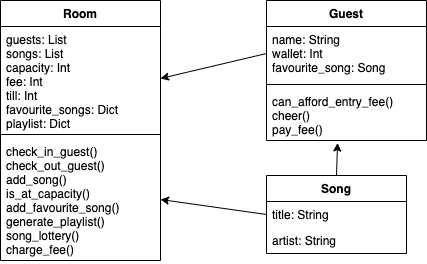
douglasrusse11/codeclan_caraoke_weekend_homework_02 keeps this draw.io diagram as img/class_diagram_v4.png. Above is the earlier version. Source tidied: cells renumbered, new cells last; positions are measured from the earlier drawing's top-left corner, leaving out a move shared by most shapes. The source it was exported from:
```xml
<mxGraphModel>
  <root>
    <mxCell id="0" />
    <mxCell id="1" parent="0" />
    <mxCell id="2" value="Room" style="swimlane;fontStyle=1;align=center;verticalAlign=top;horizontal=1;startSize=26;" parent="1" vertex="1">
      <mxGeometry width="160" height="260" as="geometry" />
    </mxCell>
    <mxCell id="3" value="guests: List&#10;songs: List&#10;capacity: Int&#10;fee: Int&#10;till: Int&#10;favourite_songs: Dict&#10;playlist: Dict" style="text;strokeColor=none;fillColor=none;align=left;verticalAlign=top;spacingLeft=4;spacingRight=4;overflow=hidden;points=[[0,0.5],[1,0.5]];portConstraint=eastwest;" parent="2" vertex="1">
      <mxGeometry y="26" width="160" height="104" as="geometry" />
    </mxCell>
    <mxCell id="4" style="line;strokeWidth=1;fillColor=none;align=left;verticalAlign=middle;spacingTop=-1;spacingLeft=3;spacingRight=3;labelPosition=right;" parent="2" vertex="1">
      <mxGeometry y="130" width="160" height="8" as="geometry" />
    </mxCell>
    <mxCell id="5" value="check_in_guest()&#10;check_out_guest()&#10;add_song()&#10;is_at_capacity()&#10;add_favourite_song()&#10;generate_playlist()&#10;song_lottery()&#10;charge_fee()" style="text;strokeColor=none;fillColor=none;align=left;verticalAlign=top;spacingLeft=4;spacingRight=4;overflow=hidden;points=[[0,0.5],[1,0.5]];portConstraint=eastwest;" parent="2" vertex="1">
      <mxGeometry y="138" width="160" height="122" as="geometry" />
    </mxCell>
    <mxCell id="6" style="edgeStyle=none;rounded=0;jettySize=auto;html=1;exitX=0.5;exitY=0;exitDx=0;exitDy=0;entryX=0.444;entryY=1.048;entryDx=0;entryDy=0;entryPerimeter=0;" parent="1" edge="1" source="7" target="14">
      <mxGeometry relative="1" as="geometry" />
    </mxCell>
    <mxCell id="7" value="Song" style="swimlane;fontStyle=1;horizontal=1;startSize=26;fillColor=none;" parent="1" vertex="1">
      <mxGeometry x="266" y="175" width="140" height="78" as="geometry" />
    </mxCell>
    <mxCell id="8" value="title: String" style="text;strokeColor=none;fillColor=none;align=left;verticalAlign=top;spacingLeft=4;spacingRight=4;overflow=hidden;points=[[0,0.5],[1,0.5]];portConstraint=eastwest;" parent="7" vertex="1">
      <mxGeometry y="26" width="140" height="26" as="geometry" />
    </mxCell>
    <mxCell id="9" value="artist: String" style="text;strokeColor=none;fillColor=none;align=left;verticalAlign=top;spacingLeft=4;spacingRight=4;overflow=hidden;" parent="7" vertex="1">
      <mxGeometry y="52" width="140" height="26" as="geometry" />
    </mxCell>
    <mxCell id="10" style="rounded=0;jettySize=auto;html=1;exitX=0;exitY=0.5;exitDx=0;exitDy=0;entryX=1;entryY=0.5;entryDx=0;entryDy=0;" parent="1" edge="1" source="8" target="5">
      <mxGeometry relative="1" as="geometry" />
    </mxCell>
    <mxCell id="11" value="Guest" style="swimlane;fontStyle=1;align=center;verticalAlign=top;horizontal=1;startSize=26;" parent="1" vertex="1">
      <mxGeometry x="266" width="160" height="140" as="geometry" />
    </mxCell>
    <mxCell id="12" value="name: String&#10;wallet: Int&#10;favourite_song: Song" style="text;strokeColor=none;fillColor=none;align=left;verticalAlign=top;spacingLeft=4;spacingRight=4;overflow=hidden;points=[[0,0.5],[1,0.5]];portConstraint=eastwest;" parent="11" vertex="1">
      <mxGeometry y="26" width="160" height="54" as="geometry" />
    </mxCell>
    <mxCell id="13" style="line;strokeWidth=1;fillColor=none;align=left;verticalAlign=middle;spacingTop=-1;spacingLeft=3;spacingRight=3;labelPosition=right;" parent="11" vertex="1">
      <mxGeometry y="80" width="160" height="8" as="geometry" />
    </mxCell>
    <mxCell id="14" value="can_afford_entry_fee()&#10;cheer()&#10;pay_fee()" style="text;strokeColor=none;fillColor=none;align=left;verticalAlign=top;spacingLeft=4;spacingRight=4;overflow=hidden;points=[[0,0.5],[1,0.5]];portConstraint=eastwest;" parent="11" vertex="1">
      <mxGeometry y="88" width="160" height="52" as="geometry" />
    </mxCell>
    <mxCell id="15" style="edgeStyle=none;rounded=0;jettySize=auto;html=1;exitX=0;exitY=0.5;exitDx=0;exitDy=0;entryX=1;entryY=0.5;entryDx=0;entryDy=0;" parent="1" edge="1" source="12" target="3">
      <mxGeometry relative="1" as="geometry" />
    </mxCell>
  </root>
</mxGraphModel>
```
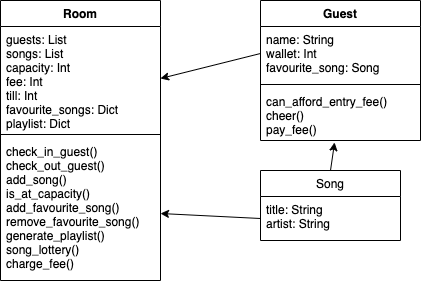
After the change.

Commit message:
updates final class diagram

Change to the diagram source:
```diff
@@ -3,7 +3,7 @@
     <mxCell id="0" />
     <mxCell id="1" parent="0" />
     <mxCell id="2" value="Room" style="swimlane;fontStyle=1;align=center;verticalAlign=top;horizontal=1;startSize=26;" parent="1" vertex="1">
-      <mxGeometry width="160" height="260" as="geometry" />
+      <mxGeometry x="-64" y="50" width="160" height="280" as="geometry" />
     </mxCell>
     <mxCell id="3" value="guests: List&#10;songs: List&#10;capacity: Int&#10;fee: Int&#10;till: Int&#10;favourite_songs: Dict&#10;playlist: Dict" style="text;strokeColor=none;fillColor=none;align=left;verticalAlign=top;spacingLeft=4;spacingRight=4;overflow=hidden;points=[[0,0.5],[1,0.5]];portConstraint=eastwest;" parent="2" vertex="1">
       <mxGeometry y="26" width="160" height="104" as="geometry" />
@@ -11,26 +11,11 @@
     <mxCell id="4" style="line;strokeWidth=1;fillColor=none;align=left;verticalAlign=middle;spacingTop=-1;spacingLeft=3;spacingRight=3;labelPosition=right;" parent="2" vertex="1">
       <mxGeometry y="130" width="160" height="8" as="geometry" />
     </mxCell>
-    <mxCell id="5" value="check_in_guest()&#10;check_out_guest()&#10;add_song()&#10;is_at_capacity()&#10;add_favourite_song()&#10;generate_playlist()&#10;song_lottery()&#10;charge_fee()" style="text;strokeColor=none;fillColor=none;align=left;verticalAlign=top;spacingLeft=4;spacingRight=4;overflow=hidden;points=[[0,0.5],[1,0.5]];portConstraint=eastwest;" parent="2" vertex="1">
-      <mxGeometry y="138" width="160" height="122" as="geometry" />
-    </mxCell>
-    <mxCell id="6" style="edgeStyle=none;rounded=0;jettySize=auto;html=1;exitX=0.5;exitY=0;exitDx=0;exitDy=0;entryX=0.444;entryY=1.048;entryDx=0;entryDy=0;entryPerimeter=0;" parent="1" edge="1" source="7" target="14">
-      <mxGeometry relative="1" as="geometry" />
-    </mxCell>
-    <mxCell id="7" value="Song" style="swimlane;fontStyle=1;horizontal=1;startSize=26;fillColor=none;" parent="1" vertex="1">
-      <mxGeometry x="266" y="175" width="140" height="78" as="geometry" />
-    </mxCell>
-    <mxCell id="8" value="title: String" style="text;strokeColor=none;fillColor=none;align=left;verticalAlign=top;spacingLeft=4;spacingRight=4;overflow=hidden;points=[[0,0.5],[1,0.5]];portConstraint=eastwest;" parent="7" vertex="1">
-      <mxGeometry y="26" width="140" height="26" as="geometry" />
-    </mxCell>
-    <mxCell id="9" value="artist: String" style="text;strokeColor=none;fillColor=none;align=left;verticalAlign=top;spacingLeft=4;spacingRight=4;overflow=hidden;" parent="7" vertex="1">
-      <mxGeometry y="52" width="140" height="26" as="geometry" />
-    </mxCell>
-    <mxCell id="10" style="rounded=0;jettySize=auto;html=1;exitX=0;exitY=0.5;exitDx=0;exitDy=0;entryX=1;entryY=0.5;entryDx=0;entryDy=0;" parent="1" edge="1" source="8" target="5">
-      <mxGeometry relative="1" as="geometry" />
-    </mxCell>
+    <mxCell id="16" value="check_in_guest()&#10;check_out_guest()&#10;add_song()&#10;is_at_capacity()&#10;add_favourite_song()&#10;remove_favourite_song()&#10;generate_playlist()&#10;song_lottery()&#10;charge_fee()" style="text;strokeColor=none;fillColor=none;align=left;verticalAlign=top;spacingLeft=4;spacingRight=4;overflow=hidden;points=[[0,0.5],[1,0.5]];portConstraint=eastwest;" parent="2" vertex="1">
+      <mxGeometry y="138" width="160" height="142" as="geometry" />
+    </mxCell>
     <mxCell id="11" value="Guest" style="swimlane;fontStyle=1;align=center;verticalAlign=top;horizontal=1;startSize=26;" parent="1" vertex="1">
-      <mxGeometry x="266" width="160" height="140" as="geometry" />
+      <mxGeometry x="196" y="50" width="160" height="140" as="geometry" />
     </mxCell>
     <mxCell id="12" value="name: String&#10;wallet: Int&#10;favourite_song: Song" style="text;strokeColor=none;fillColor=none;align=left;verticalAlign=top;spacingLeft=4;spacingRight=4;overflow=hidden;points=[[0,0.5],[1,0.5]];portConstraint=eastwest;" parent="11" vertex="1">
       <mxGeometry y="26" width="160" height="54" as="geometry" />
@@ -41,8 +26,20 @@
     <mxCell id="14" value="can_afford_entry_fee()&#10;cheer()&#10;pay_fee()" style="text;strokeColor=none;fillColor=none;align=left;verticalAlign=top;spacingLeft=4;spacingRight=4;overflow=hidden;points=[[0,0.5],[1,0.5]];portConstraint=eastwest;" parent="11" vertex="1">
       <mxGeometry y="88" width="160" height="52" as="geometry" />
     </mxCell>
+    <mxCell id="6" style="edgeStyle=none;rounded=0;jettySize=auto;html=1;exitX=0.5;exitY=0;exitDx=0;exitDy=0;entryX=0.463;entryY=1.038;entryDx=0;entryDy=0;entryPerimeter=0;" parent="1" edge="1" source="7" target="14">
+      <mxGeometry relative="1" as="geometry" />
+    </mxCell>
+    <mxCell id="7" value="Song" style="swimlane;fontStyle=0;horizontal=1;startSize=26;fillColor=none;" parent="1" vertex="1">
+      <mxGeometry x="196" y="220" width="140" height="70" as="geometry" />
+    </mxCell>
+    <mxCell id="17" value="title: String&#10;artist: String" style="text;strokeColor=none;fillColor=none;align=left;verticalAlign=top;spacingLeft=4;spacingRight=4;overflow=hidden;points=[[0,0.5],[1,0.5]];portConstraint=eastwest;" parent="7" vertex="1">
+      <mxGeometry y="26" width="140" height="44" as="geometry" />
+    </mxCell>
-    <mxCell id="15" style="edgeStyle=none;rounded=0;jettySize=auto;html=1;exitX=0;exitY=0.5;exitDx=0;exitDy=0;entryX=1;entryY=0.5;entryDx=0;entryDy=0;" parent="1" edge="1" source="12" target="3">
+    <mxCell id="15" style="rounded=0;jettySize=auto;html=1;exitX=0;exitY=0.5;exitDx=0;exitDy=0;entryX=1;entryY=0.5;entryDx=0;entryDy=0;" parent="1" edge="1" source="12" target="3">
       <mxGeometry relative="1" as="geometry" />
     </mxCell>
+    <mxCell id="18" style="edgeStyle=none;rounded=0;jettySize=auto;html=1;exitX=0;exitY=0.5;exitDx=0;exitDy=0;" parent="1" edge="1" source="17" target="16">
+      <mxGeometry relative="1" as="geometry" />
+    </mxCell>
   </root>
 </mxGraphModel>
```
